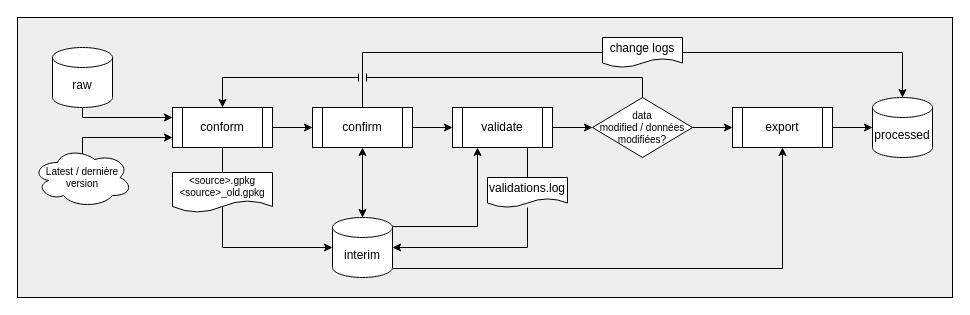
Before: docs/source/_static/figures/nrn_process_diagram.drawio in StatCan/nrn-rrn, a draw.io diagram. Source tidied: cells renumbered, new cells numbered last; positions are measured from the earlier drawing's top-left corner, leaving out a move shared by most shapes. Both pictures are drawn from the tidied source at 100%, with x=0, y=0 at pixel (17, 17).
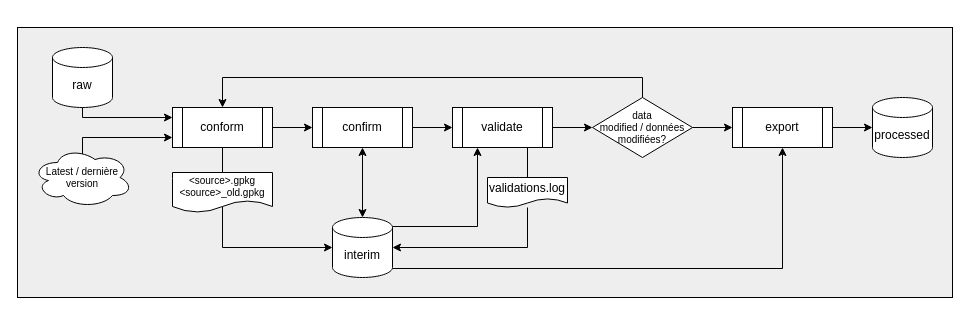
The same page after the edit.

Commit message (it also covers changes not shown here):
[1] removed change logs and all doc references too

Unchanged cells that the change refers to:
```xml
<mxCell id="6" value="&lt;br&gt;processed" style="strokeWidth=1;html=1;shape=mxgraph.flowchart.database;whiteSpace=wrap;verticalAlign=middle;" parent="1" vertex="1">
  <mxGeometry x="855" y="80" width="60" height="60" as="geometry" />
</mxCell>
<mxCell id="12" value="confirm" style="shape=process;whiteSpace=wrap;html=1;backgroundOutline=1;" parent="1" vertex="1">
  <mxGeometry x="295" y="90" width="100" height="40" as="geometry" />
</mxCell>
```

What changed in the source:
```diff
@@
     <mxCell id="2" style="rounded=0;whiteSpace=wrap;html=1;fillColor=#EEEEEE;" parent="1" vertex="1">
-      <mxGeometry width="935" height="280" as="geometry" />
+      <mxGeometry y="10" width="935" height="270" as="geometry" />
     </mxCell>
@@
-    <mxCell id="11" style="edgeStyle=orthogonalEdgeStyle;rounded=0;jettySize=auto;html=1;entryX=0;entryY=0.5;entryDx=0;entryDy=0;endArrow=none;endFill=0;" parent="1" edge="1" source="12" target="20">
-      <mxGeometry relative="1" as="geometry">
-        <Array as="points">
-          <mxPoint x="345" y="35" />
-        </Array>
-      </mxGeometry>
-    </mxCell>
@@
-    <mxCell id="20" value="change logs" style="shape=document;whiteSpace=wrap;html=1;boundedLbl=1;" parent="1" vertex="1">
-      <mxGeometry x="585" y="20" width="80" height="30" as="geometry" />
-    </mxCell>
@@
-    <mxCell id="27" style="edgeStyle=orthogonalEdgeStyle;rounded=0;jettySize=auto;html=1;entryX=0.5;entryY=0;entryDx=0;entryDy=0;entryPerimeter=0;" parent="1" edge="1" source="20" target="6">
-      <mxGeometry relative="1" as="geometry" />
-    </mxCell>
```
